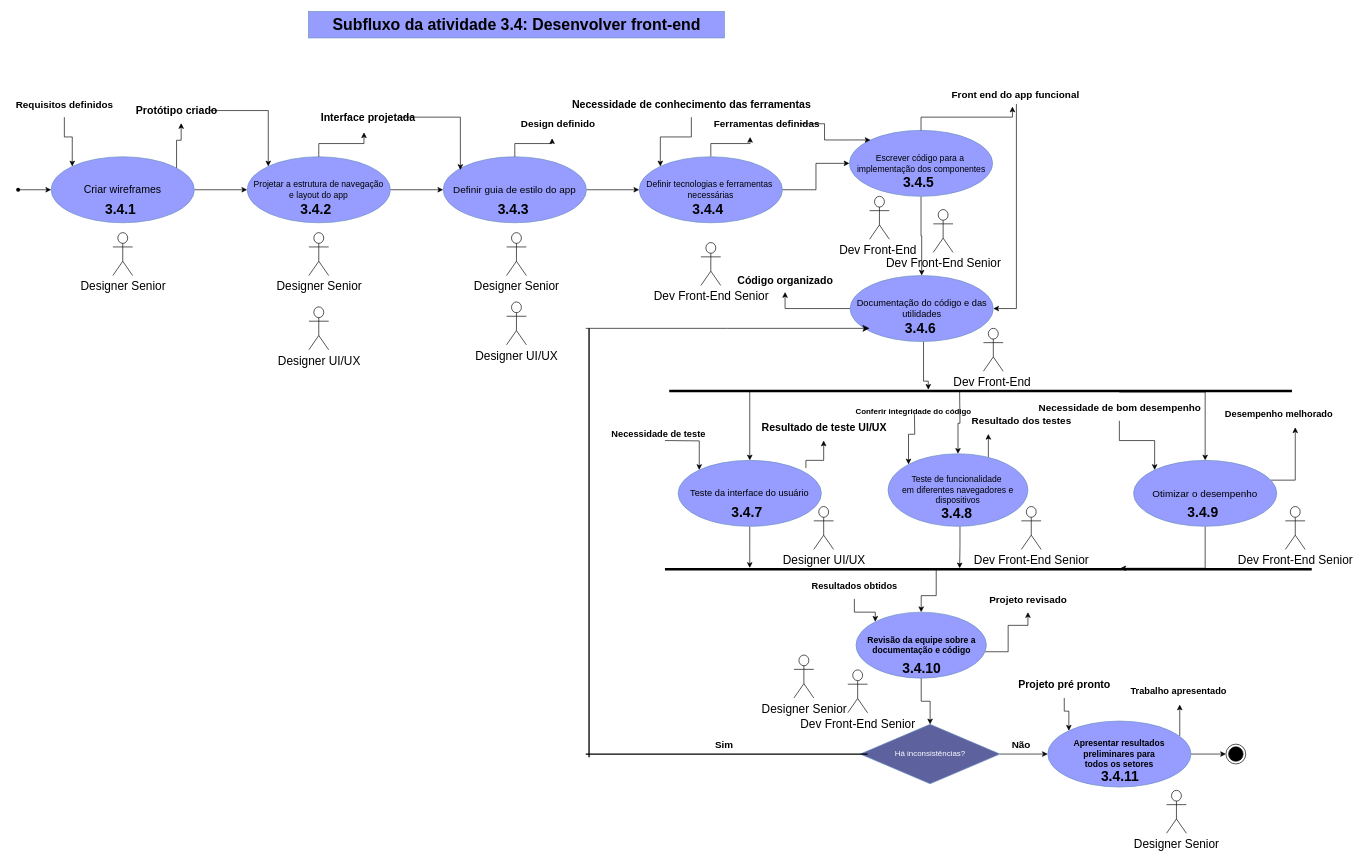
This is page "Subfluxo das atv em desenvolvimento(3): Dsenvolver front-end" (7 of 9) of Diagrama sem nome.drawio from helloisasilva/Processo-de-engenharia-de-software-para-App-mobile, a draw.io file, before an edit. Source tidied: cells renumbered, new cells numbered last; positions are measured from the earlier drawing's top-left corner, leaving out a move shared by most shapes. Both pictures are drawn from the tidied source at 66%, with x=0, y=0 at pixel (11, 11).
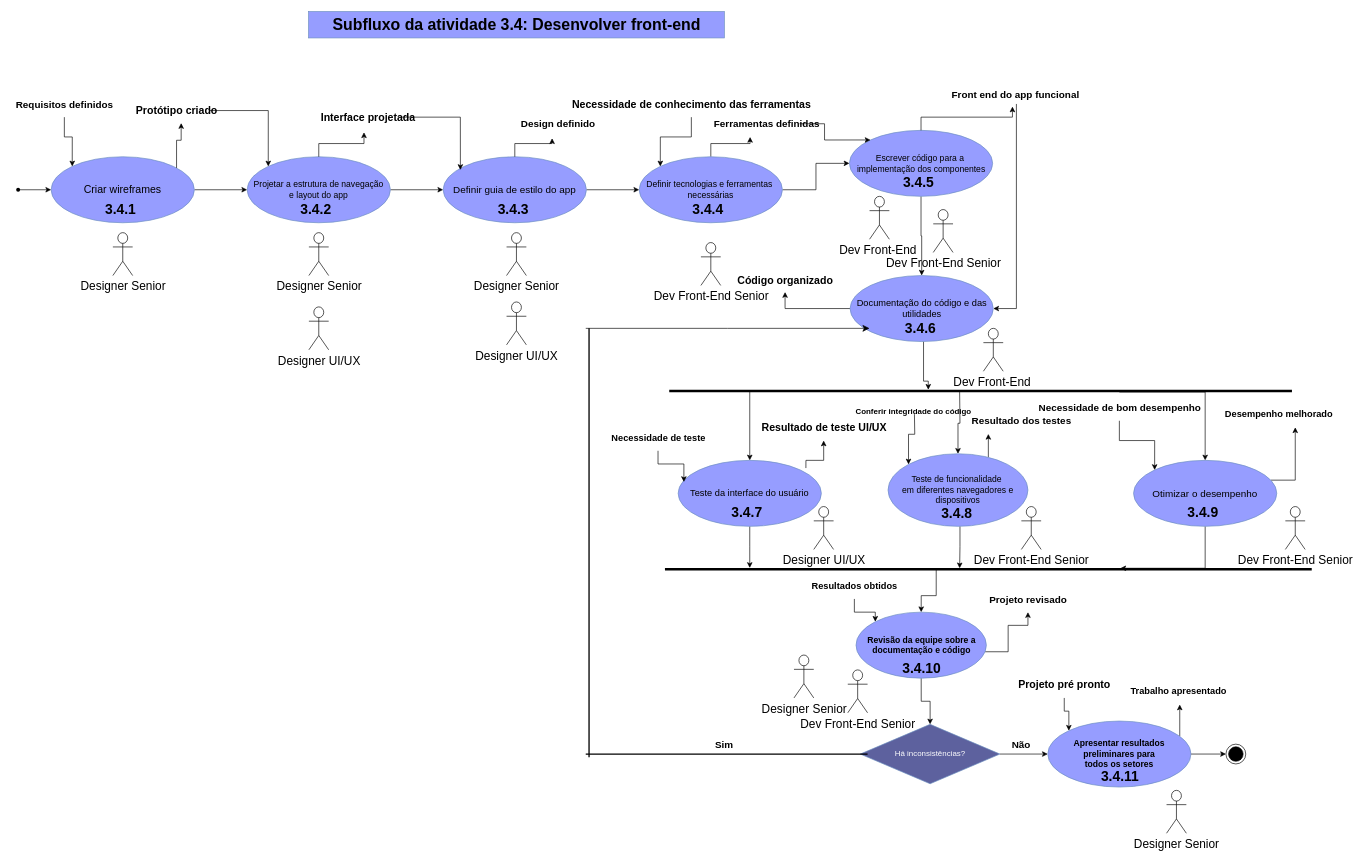
After the change.

The change refers to these unchanged cells:
```xml
<mxCell id="25" value="Teste da interface do usuário" style="ellipse;whiteSpace=wrap;html=1;fillColor=#969DFF;strokeColor=#6c8ebf;fontSize=14;" parent="1" vertex="1">
  <mxGeometry x="1010" y="680" width="217" height="100" as="geometry" />
</mxCell>
```

The edit, as a diff of the source:
```diff
@@
-    <mxCell id="58" style="edgeStyle=orthogonalEdgeStyle;rounded=0;jettySize=auto;html=1;entryX=0;entryY=0;entryDx=0;entryDy=0;" parent="1" edge="1" target="25">
-      <mxGeometry relative="1" as="geometry">
-        <mxPoint x="990" y="650" as="sourcePoint" />
-      </mxGeometry>
-    </mxCell>
     <mxCell id="59" value="Necessidade de teste" style="text;strokeColor=none;fillColor=none;html=1;fontSize=14;fontStyle=1;verticalAlign=middle;align=center;" parent="1" vertex="1">
-      <mxGeometry x="929.5" y="620" width="100" height="40" as="geometry" />
+      <mxGeometry x="929.5" y="625.5" width="100" height="40" as="geometry" />
     </mxCell>
@@
+    <mxCell id="107" style="edgeStyle=orthogonalEdgeStyle;rounded=0;jettySize=auto;html=1;entryX=0.04;entryY=0.328;entryDx=0;entryDy=0;entryPerimeter=0;" parent="1" edge="1" source="59" target="25">
+      <mxGeometry relative="1" as="geometry" />
+    </mxCell>
```
